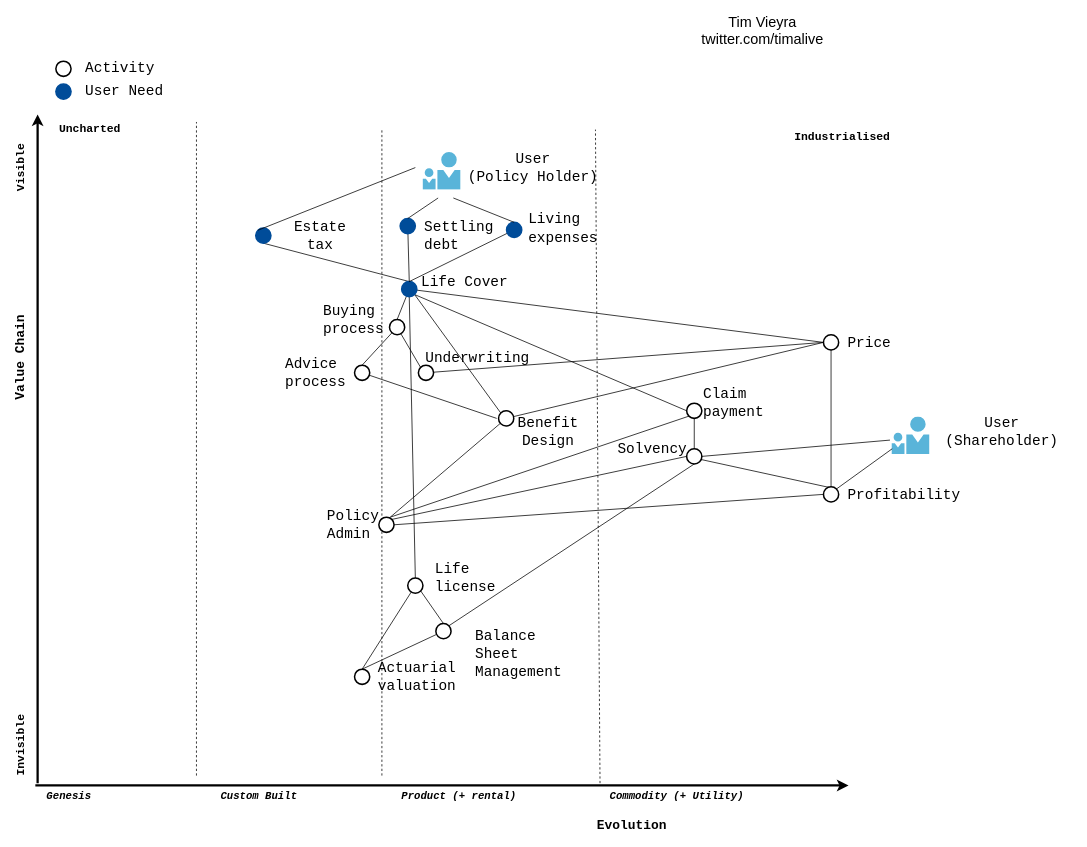
Above: Life Insurance Wardley Map.drawio in timalive/timalive.github.io (draw.io), before the change. Source tidied: cells renumbered, new cells numbered last; positions are measured from the earlier drawing's top-left corner, leaving out a move shared by most shapes. Both pictures are drawn from the tidied source at 76%, with x=0, y=0 at pixel (-28, 23).
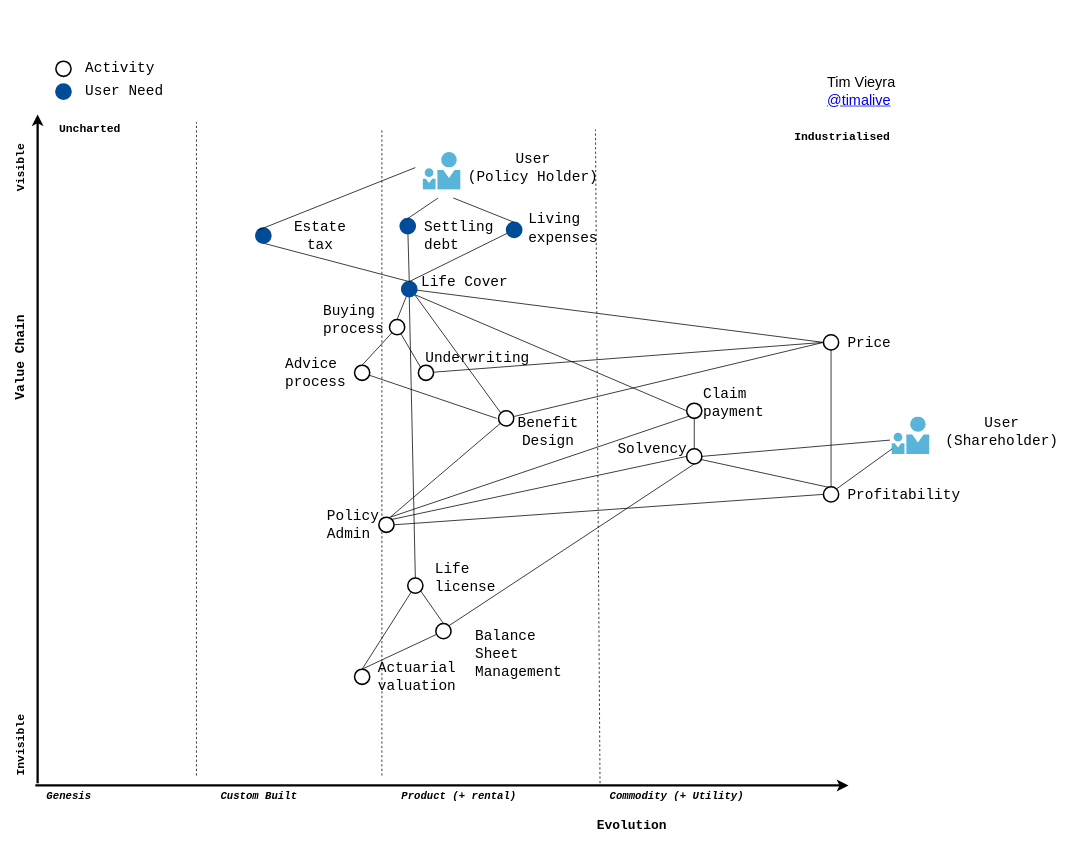
Above is the later version.

The edit, as a diff of the source:
```diff
@@
-    <mxCell id="16" value="Tim Vieyra&lt;br style=&quot;font-size: 19px;&quot;&gt;twitter.com/timalive" style="text;html=1;strokeColor=none;fillColor=none;align=center;verticalAlign=middle;whiteSpace=wrap;rounded=0;fontSize=19;" parent="1" vertex="1">
-      <mxGeometry x="960" width="160" height="20" as="geometry" />
+    <mxCell id="16" value="&lt;div style=&quot;text-align: left&quot;&gt;&lt;span&gt;Tim Vieyra&lt;/span&gt;&lt;/div&gt;&lt;div style=&quot;text-align: left&quot;&gt;&lt;span&gt;&lt;a href=&quot;https://twitter.com/timalive&quot;&gt;@timalive&lt;/a&gt;&lt;/span&gt;&lt;/div&gt;" style="text;html=1;strokeColor=none;fillColor=none;align=center;verticalAlign=middle;whiteSpace=wrap;rounded=0;fontSize=19;" parent="1" vertex="1">
+      <mxGeometry x="1090" y="60" width="160" height="60" as="geometry" />
     </mxCell>
```
